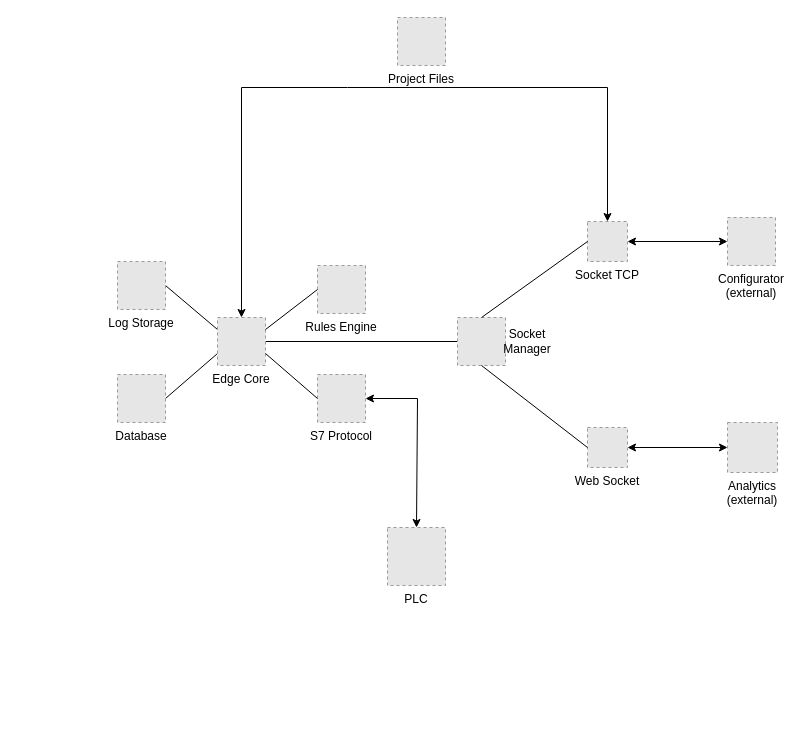
Earlier version of the draw.io diagram Edge Architecture.drawio (maius91/maius91). Source tidied: cells renumbered, new cells numbered last; positions are measured from the earlier drawing's top-left corner, leaving out a move shared by most shapes. Both pictures are drawn from the tidied source at 100%, with x=0, y=0 at pixel (117, 17). Pictures stored in the file or linked from it are replaced by grey dashed boxes.
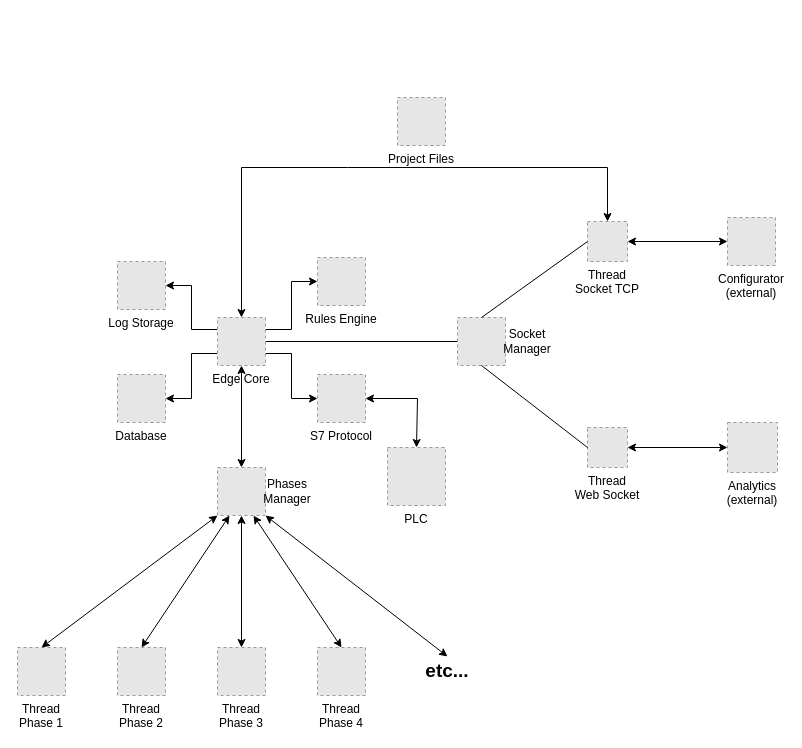
The same page after the edit.

Unchanged cells that the change refers to:
```xml
<mxCell id="6" value="Log Storage" style="fillColor=#E6E6E6;strokeColor=#999999;dashed=1;verticalLabelPosition=bottom;verticalAlign=top;" parent="1" vertex="1">
  <mxGeometry y="244" width="48" height="48" as="geometry" />
</mxCell>
<mxCell id="7" value="Database" style="fillColor=#E6E6E6;strokeColor=#999999;dashed=1;verticalLabelPosition=bottom;verticalAlign=top;" parent="1" vertex="1">
  <mxGeometry y="357" width="48" height="48" as="geometry" />
</mxCell>
<mxCell id="10" value="Edge Core" style="fillColor=#E6E6E6;strokeColor=#999999;dashed=1;verticalLabelPosition=bottom;verticalAlign=top;" parent="1" vertex="1">
  <mxGeometry x="100" y="300" width="48" height="48" as="geometry" />
</mxCell>
<mxCell id="13" value="S7 Protocol" style="fillColor=#E6E6E6;strokeColor=#999999;dashed=1;verticalLabelPosition=bottom;verticalAlign=top;" parent="1" vertex="1">
  <mxGeometry x="200" y="357" width="48" height="48" as="geometry" />
</mxCell>
```

Change to the diagram source:
```diff
@@
-    <mxCell id="2" style="edgeStyle=none;rounded=0;jettySize=auto;html=1;sourcePerimeterSpacing=5;endArrow=none;endFill=0;targetPerimeterSpacing=5;exitX=1;exitY=0.5;exitDx=0;exitDy=0;entryX=0;entryY=0.75;entryDx=0;entryDy=0;" parent="1" edge="1" source="7" target="10">
-      <mxGeometry relative="1" as="geometry" />
-    </mxCell>
-    <mxCell id="3" style="edgeStyle=none;rounded=0;jettySize=auto;html=1;sourcePerimeterSpacing=5;endArrow=none;endFill=0;targetPerimeterSpacing=5;exitX=1;exitY=0.5;exitDx=0;exitDy=0;entryX=0;entryY=0.25;entryDx=0;entryDy=0;" parent="1" edge="1" source="6" target="10">
-      <mxGeometry relative="1" as="geometry" />
-    </mxCell>
@@
+    <mxCell id="26" style="edgeStyle=orthogonalEdgeStyle;rounded=0;jettySize=auto;html=1;exitX=0;exitY=0.75;exitDx=0;exitDy=0;entryX=1;entryY=0.5;entryDx=0;entryDy=0;" parent="1" edge="1" source="10" target="7">
+      <mxGeometry relative="1" as="geometry" />
+    </mxCell>
+    <mxCell id="27" style="edgeStyle=orthogonalEdgeStyle;rounded=0;jettySize=auto;html=1;exitX=0;exitY=0.25;exitDx=0;exitDy=0;entryX=1;entryY=0.5;entryDx=0;entryDy=0;" parent="1" edge="1" source="10" target="6">
+      <mxGeometry relative="1" as="geometry" />
+    </mxCell>
+    <mxCell id="28" style="edgeStyle=orthogonalEdgeStyle;rounded=0;jettySize=auto;html=1;exitX=1;exitY=0.25;exitDx=0;exitDy=0;entryX=0;entryY=0.5;entryDx=0;entryDy=0;" parent="1" edge="1" source="10" target="16">
+      <mxGeometry relative="1" as="geometry" />
+    </mxCell>
+    <mxCell id="29" style="edgeStyle=orthogonalEdgeStyle;rounded=0;jettySize=auto;html=1;exitX=1;exitY=0.75;exitDx=0;exitDy=0;entryX=0;entryY=0.5;entryDx=0;entryDy=0;" parent="1" edge="1" source="10" target="13">
+      <mxGeometry relative="1" as="geometry" />
+    </mxCell>
@@
-    <mxCell id="11" value="Socket TCP" style="fillColor=#E6E6E6;strokeColor=#999999;dashed=1;verticalLabelPosition=bottom;verticalAlign=top;rotation=0;" parent="1" vertex="1">
+    <mxCell id="11" value="Thread&#10;Socket TCP" style="fillColor=#E6E6E6;strokeColor=#999999;dashed=1;verticalLabelPosition=bottom;verticalAlign=top;rotation=0;" parent="1" vertex="1">
       <mxGeometry x="470" y="204" width="40" height="40" as="geometry" />
     </mxCell>
-    <mxCell id="12" value="Web Socket" style="fillColor=#E6E6E6;strokeColor=#999999;dashed=1;verticalLabelPosition=bottom;verticalAlign=top;rotation=0;" parent="1" vertex="1">
+    <mxCell id="12" value="Thread&#10;Web Socket" style="fillColor=#E6E6E6;strokeColor=#999999;dashed=1;verticalLabelPosition=bottom;verticalAlign=top;rotation=0;" parent="1" vertex="1">
       <mxGeometry x="470" y="410" width="40" height="40" as="geometry" />
     </mxCell>
@@
-    <mxCell id="14" style="edgeStyle=none;rounded=0;jettySize=auto;html=1;sourcePerimeterSpacing=5;endArrow=none;endFill=0;targetPerimeterSpacing=5;exitX=0;exitY=0.5;exitDx=0;exitDy=0;entryX=1;entryY=0.75;entryDx=0;entryDy=0;" parent="1" edge="1" source="13" target="10">
-      <mxGeometry relative="1" as="geometry" />
-    </mxCell>
     <mxCell id="15" value="PLC" style="fillColor=#E6E6E6;strokeColor=#999999;dashed=1;verticalLabelPosition=bottom;verticalAlign=top;rotation=0;" parent="1" vertex="1">
-      <mxGeometry x="270" y="510" width="58" height="58" as="geometry" />
+      <mxGeometry x="270" y="430" width="58" height="58" as="geometry" />
     </mxCell>
     <mxCell id="16" value="Rules Engine" style="fillColor=#E6E6E6;strokeColor=#999999;dashed=1;verticalLabelPosition=bottom;verticalAlign=top;" parent="1" vertex="1">
-      <mxGeometry x="200" y="248" width="48" height="48" as="geometry" />
+      <mxGeometry x="200" y="240" width="48" height="48" as="geometry" />
     </mxCell>
-    <mxCell id="17" style="edgeStyle=none;rounded=0;jettySize=auto;html=1;sourcePerimeterSpacing=5;endArrow=none;endFill=0;targetPerimeterSpacing=5;exitX=0;exitY=0.5;exitDx=0;exitDy=0;entryX=1;entryY=0.25;entryDx=0;entryDy=0;" parent="1" edge="1" source="16" target="10">
-      <mxGeometry relative="1" as="geometry" />
-    </mxCell>
@@
     <mxCell id="22" style="endArrow=classic;startArrow=classic;html=1;rounded=0;exitX=0.5;exitY=0;exitDx=0;exitDy=0;entryX=0.5;entryY=0;entryDx=0;entryDy=0;" parent="1" edge="1" source="10" target="11">
       <mxGeometry relative="1" as="geometry">
         <Array as="points">
-          <mxPoint x="124" y="70" />
-          <mxPoint x="230" y="70" />
-          <mxPoint x="490" y="70" />
+          <mxPoint x="124" y="150" />
+          <mxPoint x="230" y="150" />
+          <mxPoint x="490" y="150" />
         </Array>
       </mxGeometry>
     </mxCell>
     <mxCell id="23" value="Project Files" style="fillColor=#E6E6E6;strokeColor=#999999;dashed=1;verticalLabelPosition=bottom;verticalAlign=top;" parent="1" vertex="1">
-      <mxGeometry x="280" width="48" height="48" as="geometry" />
+      <mxGeometry x="280" y="80" width="48" height="48" as="geometry" />
     </mxCell>
@@
+    <mxCell id="30" style="endArrow=classic;startArrow=classic;html=1;rounded=0;entryX=0.5;entryY=1;entryDx=0;entryDy=0;exitX=0;exitY=0.5;exitDx=0;exitDy=0;" parent="1" edge="1" source="31" target="10">
+      <mxGeometry relative="1" as="geometry" />
+    </mxCell>
+    <mxCell id="31" style="fillColor=#E6E6E6;strokeColor=#999999;dashed=1;verticalLabelPosition=bottom;verticalAlign=top;rotation=90;" parent="1" vertex="1">
+      <mxGeometry x="100" y="450" width="48" height="48" as="geometry" />
+    </mxCell>
+    <mxCell id="32" value="Phases&lt;br&gt;Manager" style="text;html=1;strokeColor=none;fillColor=none;align=center;verticalAlign=middle;whiteSpace=wrap;rounded=0;" parent="1" vertex="1">
+      <mxGeometry x="140" y="459" width="60" height="30" as="geometry" />
+    </mxCell>
+    <mxCell id="33" value="Thread&#10;Phase 1" style="fillColor=#E6E6E6;strokeColor=#999999;dashed=1;verticalLabelPosition=bottom;verticalAlign=top;" parent="1" vertex="1">
+      <mxGeometry x="-100" y="630" width="48" height="48" as="geometry" />
+    </mxCell>
+    <mxCell id="34" value="Thread&#10;Phase 2" style="fillColor=#E6E6E6;strokeColor=#999999;dashed=1;verticalLabelPosition=bottom;verticalAlign=top;" parent="1" vertex="1">
+      <mxGeometry y="630" width="48" height="48" as="geometry" />
+    </mxCell>
+    <mxCell id="35" value="Thread&#10;Phase 3" style="fillColor=#E6E6E6;strokeColor=#999999;dashed=1;verticalLabelPosition=bottom;verticalAlign=top;" parent="1" vertex="1">
+      <mxGeometry x="100" y="630" width="48" height="48" as="geometry" />
+    </mxCell>
+    <mxCell id="36" value="Thread&#10;Phase 4" style="fillColor=#E6E6E6;strokeColor=#999999;dashed=1;verticalLabelPosition=bottom;verticalAlign=top;" parent="1" vertex="1">
+      <mxGeometry x="200" y="630" width="48" height="48" as="geometry" />
+    </mxCell>
+    <mxCell id="37" value="&lt;font size=&quot;1&quot; style=&quot;&quot;&gt;&lt;b style=&quot;font-size: 19px;&quot;&gt;etc...&lt;/b&gt;&lt;/font&gt;" style="text;html=1;strokeColor=none;fillColor=none;align=center;verticalAlign=middle;whiteSpace=wrap;rounded=0;" parent="1" vertex="1">
+      <mxGeometry x="300" y="639" width="60" height="30" as="geometry" />
+    </mxCell>
+    <mxCell id="38" style="endArrow=classic;startArrow=classic;html=1;rounded=0;fontSize=19;exitX=0.5;exitY=0;exitDx=0;exitDy=0;entryX=1;entryY=1;entryDx=0;entryDy=0;" parent="1" edge="1" source="33" target="31">
+      <mxGeometry relative="1" as="geometry" />
+    </mxCell>
+    <mxCell id="39" style="endArrow=classic;startArrow=classic;html=1;rounded=0;fontSize=19;exitX=0.5;exitY=0;exitDx=0;exitDy=0;entryX=1;entryY=0.75;entryDx=0;entryDy=0;" parent="1" edge="1" source="34" target="31">
+      <mxGeometry relative="1" as="geometry" />
+    </mxCell>
+    <mxCell id="40" style="endArrow=classic;startArrow=classic;html=1;rounded=0;fontSize=19;entryX=1;entryY=0.5;entryDx=0;entryDy=0;exitX=0.5;exitY=0;exitDx=0;exitDy=0;" parent="1" edge="1" source="35" target="31">
+      <mxGeometry relative="1" as="geometry" />
+    </mxCell>
+    <mxCell id="41" style="endArrow=classic;startArrow=classic;html=1;rounded=0;fontSize=19;exitX=0.5;exitY=0;exitDx=0;exitDy=0;entryX=1;entryY=0.25;entryDx=0;entryDy=0;" parent="1" edge="1" source="36" target="31">
+      <mxGeometry relative="1" as="geometry" />
+    </mxCell>
+    <mxCell id="42" style="endArrow=classic;startArrow=classic;html=1;rounded=0;fontSize=19;exitX=0.5;exitY=0;exitDx=0;exitDy=0;entryX=1;entryY=0;entryDx=0;entryDy=0;" parent="1" edge="1" source="37" target="31">
+      <mxGeometry relative="1" as="geometry" />
+    </mxCell>
```
